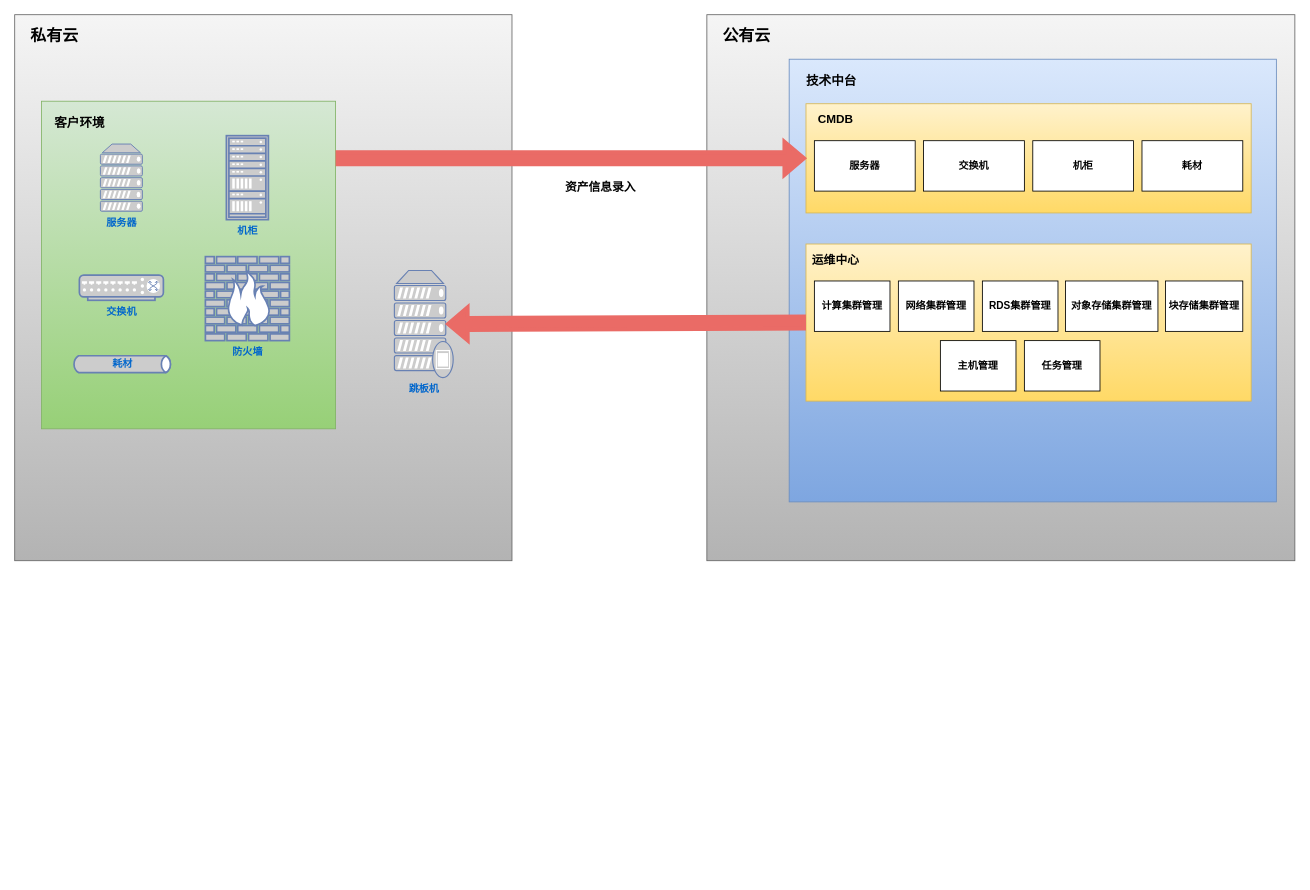
The draw.io diagram 多云纳管.drawio in WilliamWanCN/WilliamWanCN.github.io, before the edit. Source tidied: cells renumbered, new cells numbered last; positions are measured from the earlier drawing's top-left corner, leaving out a move shared by most shapes. Both pictures are drawn from the tidied source at 84%, with x=0, y=0 at pixel (14, 14).
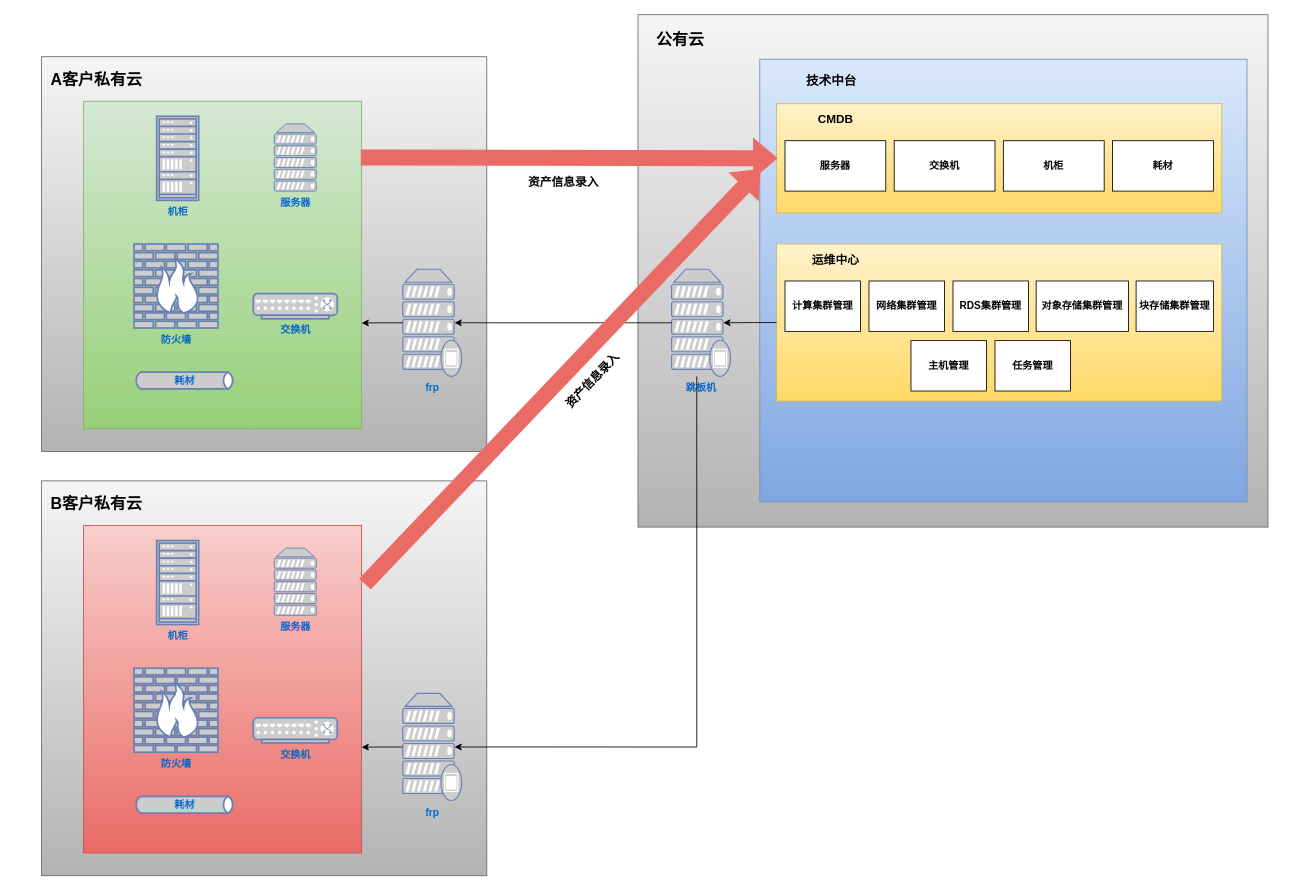
The same page after the edit.

Commit message:
更新多云纳管.drawio

Change to the diagram source:
```diff
@@
     <mxCell id="2" style="rounded=0;whiteSpace=wrap;html=1;fillColor=#f5f5f5;strokeColor=#666666;gradientColor=#b3b3b3;" parent="1" vertex="1">
-      <mxGeometry width="592" height="650" as="geometry" />
+      <mxGeometry x="32" y="50" width="530" height="470" as="geometry" />
     </mxCell>
-    <mxCell id="3" value="&lt;font size=&quot;1&quot; style=&quot;&quot;&gt;&lt;b style=&quot;font-size: 19px;&quot;&gt;私有云&lt;/b&gt;&lt;/font&gt;" style="text;html=1;align=center;verticalAlign=middle;strokeColor=none;fillColor=none;" parent="1" vertex="1">
-      <mxGeometry x="7" y="6" width="80" height="40" as="geometry" />
+    <mxCell id="3" value="&lt;font size=&quot;1&quot; style=&quot;&quot;&gt;&lt;b style=&quot;font-size: 19px;&quot;&gt;A客户私有云&lt;/b&gt;&lt;/font&gt;" style="text;html=1;align=center;verticalAlign=middle;strokeColor=none;fillColor=none;" parent="1" vertex="1">
+      <mxGeometry x="32" y="58" width="130" height="40" as="geometry" />
     </mxCell>
     <mxCell id="4" style="rounded=0;whiteSpace=wrap;html=1;fillColor=#f5f5f5;strokeColor=#666666;gradientColor=#b3b3b3;" parent="1" vertex="1">
-      <mxGeometry x="824" width="700" height="650" as="geometry" />
+      <mxGeometry x="742" width="750" height="610" as="geometry" />
     </mxCell>
     <mxCell id="5" style="rounded=0;whiteSpace=wrap;html=1;fillColor=#d5e8d4;strokeColor=#82b366;gradientColor=#97d077;" parent="1" vertex="1">
-      <mxGeometry x="32" y="103" width="350" height="390" as="geometry" />
+      <mxGeometry x="82" y="103" width="331" height="390" as="geometry" />
     </mxCell>
     <mxCell id="6" value="&lt;b&gt;服务器&lt;/b&gt;" style="fontColor=#0066CC;verticalAlign=top;verticalLabelPosition=bottom;labelPosition=center;align=center;html=1;fillColor=#CCCCCC;strokeColor=#6881B3;gradientColor=none;gradientDirection=north;strokeWidth=2;shape=mxgraph.networks.server;" parent="1" vertex="1">
-      <mxGeometry x="102" y="154" width="50" height="80" as="geometry" />
+      <mxGeometry x="309" y="130" width="50" height="80" as="geometry" />
     </mxCell>
     <mxCell id="7" value="&lt;b&gt;交换机&lt;/b&gt;" style="fontColor=#0066CC;verticalAlign=top;verticalLabelPosition=bottom;labelPosition=center;align=center;html=1;fillColor=#CCCCCC;strokeColor=#6881B3;gradientColor=none;gradientDirection=north;strokeWidth=2;shape=mxgraph.networks.switch;" parent="1" vertex="1">
-      <mxGeometry x="77" y="310" width="100" height="30" as="geometry" />
+      <mxGeometry x="284" y="332" width="100" height="30" as="geometry" />
     </mxCell>
     <mxCell id="8" value="&lt;b&gt;机柜&lt;/b&gt;" style="fontColor=#0066CC;verticalAlign=top;verticalLabelPosition=bottom;labelPosition=center;align=center;html=1;fillColor=#CCCCCC;strokeColor=#6881B3;gradientColor=none;gradientDirection=north;strokeWidth=2;shape=mxgraph.networks.rack;" parent="1" vertex="1">
-      <mxGeometry x="252" y="144" width="50" height="100" as="geometry" />
+      <mxGeometry x="169" y="121" width="50" height="100" as="geometry" />
     </mxCell>
     <mxCell id="9" value="&lt;b&gt;防火墙&lt;/b&gt;" style="fontColor=#0066CC;verticalAlign=top;verticalLabelPosition=bottom;labelPosition=center;align=center;html=1;fillColor=#CCCCCC;strokeColor=#6881B3;gradientColor=none;gradientDirection=north;strokeWidth=2;shape=mxgraph.networks.firewall;" parent="1" vertex="1">
-      <mxGeometry x="227" y="288" width="100" height="100" as="geometry" />
+      <mxGeometry x="142" y="273" width="100" height="100" as="geometry" />
     </mxCell>
     <mxCell id="10" value="&lt;b&gt;&lt;font color=&quot;#0066cc&quot;&gt;耗材&lt;/font&gt;&lt;/b&gt;" style="html=1;fillColor=#CCCCCC;strokeColor=#6881B3;gradientColor=none;gradientDirection=north;strokeWidth=2;shape=mxgraph.networks.bus;gradientColor=none;gradientDirection=north;fontColor=#ffffff;perimeter=backbonePerimeter;backboneSize=20;" parent="1" vertex="1">
-      <mxGeometry x="68" y="411" width="120" height="10" as="geometry" />
+      <mxGeometry x="142" y="430.5" width="120" height="10" as="geometry" />
     </mxCell>
     <mxCell id="11" style="rounded=0;whiteSpace=wrap;html=1;fillColor=#dae8fc;strokeColor=#6c8ebf;gradientColor=#7ea6e0;" parent="1" vertex="1">
-      <mxGeometry x="922" y="53" width="580" height="527" as="geometry" />
+      <mxGeometry x="887" y="53" width="580" height="527" as="geometry" />
     </mxCell>
     <mxCell id="12" style="rounded=0;whiteSpace=wrap;html=1;fillColor=#fff2cc;gradientColor=#ffd966;strokeColor=#d6b656;" parent="1" vertex="1">
-      <mxGeometry x="942" y="106" width="530" height="130" as="geometry" />
+      <mxGeometry x="907" y="106" width="530" height="130" as="geometry" />
     </mxCell>
     <mxCell id="13" value="&lt;b&gt;服务器&lt;/b&gt;" style="rounded=0;whiteSpace=wrap;html=1;" parent="1" vertex="1">
-      <mxGeometry x="952" y="150" width="120" height="60" as="geometry" />
+      <mxGeometry x="917" y="150" width="120" height="60" as="geometry" />
     </mxCell>
     <mxCell id="14" value="&lt;b&gt;交换机&lt;/b&gt;" style="rounded=0;whiteSpace=wrap;html=1;" parent="1" vertex="1">
-      <mxGeometry x="1082" y="150" width="120" height="60" as="geometry" />
+      <mxGeometry x="1047" y="150" width="120" height="60" as="geometry" />
     </mxCell>
     <mxCell id="15" value="&lt;b&gt;机柜&lt;/b&gt;" style="rounded=0;whiteSpace=wrap;html=1;" parent="1" vertex="1">
-      <mxGeometry x="1212" y="150" width="120" height="60" as="geometry" />
+      <mxGeometry x="1177" y="150" width="120" height="60" as="geometry" />
     </mxCell>
     <mxCell id="16" value="&lt;b&gt;耗材&lt;/b&gt;" style="rounded=0;whiteSpace=wrap;html=1;" parent="1" vertex="1">
-      <mxGeometry x="1342" y="150" width="120" height="60" as="geometry" />
+      <mxGeometry x="1307" y="150" width="120" height="60" as="geometry" />
     </mxCell>
@@
-    <mxCell id="19" value="&lt;b&gt;&lt;font style=&quot;font-size: 15px;&quot;&gt;客户环境&lt;/font&gt;&lt;/b&gt;" style="text;html=1;align=center;verticalAlign=middle;strokeColor=none;fillColor=none;" parent="1" vertex="1">
-      <mxGeometry x="37" y="113" width="80" height="30" as="geometry" />
-    </mxCell>
     <mxCell id="20" value="&lt;font size=&quot;1&quot; style=&quot;&quot;&gt;&lt;b style=&quot;font-size: 19px;&quot;&gt;公有云&lt;/b&gt;&lt;/font&gt;" style="text;html=1;align=center;verticalAlign=middle;strokeColor=none;fillColor=none;" parent="1" vertex="1">
-      <mxGeometry x="831" y="6" width="80" height="40" as="geometry" />
+      <mxGeometry x="752" y="10" width="80" height="40" as="geometry" />
     </mxCell>
     <mxCell id="21" value="&lt;b&gt;跳板机&lt;/b&gt;" style="fontColor=#0066CC;verticalAlign=top;verticalLabelPosition=bottom;labelPosition=center;align=center;html=1;outlineConnect=0;fillColor=#CCCCCC;strokeColor=#6881B3;gradientColor=none;gradientDirection=north;strokeWidth=2;shape=mxgraph.networks.proxy_server;" parent="1" vertex="1">
-      <mxGeometry x="452" y="304.5" width="70" height="127.5" as="geometry" />
+      <mxGeometry x="782" y="303" width="70" height="127.5" as="geometry" />
     </mxCell>
     <mxCell id="22" style="rounded=0;whiteSpace=wrap;html=1;fillColor=#fff2cc;gradientColor=#ffd966;strokeColor=#d6b656;" parent="1" vertex="1">
-      <mxGeometry x="942" y="273" width="530" height="187" as="geometry" />
+      <mxGeometry x="907" y="273" width="530" height="187" as="geometry" />
     </mxCell>
     <mxCell id="23" value="&lt;b&gt;计算集群管理&lt;/b&gt;" style="rounded=0;whiteSpace=wrap;html=1;" parent="1" vertex="1">
-      <mxGeometry x="952" y="317" width="90" height="60" as="geometry" />
+      <mxGeometry x="917" y="317" width="90" height="60" as="geometry" />
     </mxCell>
     <mxCell id="24" value="&lt;b&gt;网络集群管理&lt;/b&gt;" style="rounded=0;whiteSpace=wrap;html=1;" parent="1" vertex="1">
-      <mxGeometry x="1052" y="317" width="90" height="60" as="geometry" />
+      <mxGeometry x="1017" y="317" width="90" height="60" as="geometry" />
     </mxCell>
     <mxCell id="25" value="&lt;b&gt;RDS集群管理&lt;/b&gt;" style="rounded=0;whiteSpace=wrap;html=1;" parent="1" vertex="1">
-      <mxGeometry x="1152" y="317" width="90" height="60" as="geometry" />
+      <mxGeometry x="1117" y="317" width="90" height="60" as="geometry" />
     </mxCell>
     <mxCell id="26" value="&lt;b&gt;对象存储集群管理&lt;/b&gt;" style="rounded=0;whiteSpace=wrap;html=1;" parent="1" vertex="1">
-      <mxGeometry x="1251" y="317" width="110" height="60" as="geometry" />
+      <mxGeometry x="1216" y="317" width="110" height="60" as="geometry" />
     </mxCell>
@@
     <mxCell id="28" value="&lt;b&gt;块存储集群管理&lt;/b&gt;" style="rounded=0;whiteSpace=wrap;html=1;" parent="1" vertex="1">
-      <mxGeometry x="1370" y="317" width="92" height="60" as="geometry" />
+      <mxGeometry x="1335" y="317" width="92" height="60" as="geometry" />
     </mxCell>
     <mxCell id="29" value="&lt;b&gt;主机管理&lt;/b&gt;" style="rounded=0;whiteSpace=wrap;html=1;" parent="1" vertex="1">
-      <mxGeometry x="1102" y="388" width="90" height="60" as="geometry" />
+      <mxGeometry x="1067" y="388" width="90" height="60" as="geometry" />
     </mxCell>
     <mxCell id="30" value="&lt;b&gt;任务管理&lt;/b&gt;" style="rounded=0;whiteSpace=wrap;html=1;" parent="1" vertex="1">
-      <mxGeometry x="1202" y="388" width="90" height="60" as="geometry" />
+      <mxGeometry x="1167" y="388" width="90" height="60" as="geometry" />
     </mxCell>
     <mxCell id="31" style="shape=flexArrow;endArrow=classic;html=1;rounded=0;entryX=0;entryY=0.5;entryDx=0;entryDy=0;fillColor=#EA6B66;gradientColor=none;strokeColor=#EA6B66;strokeWidth=5;" parent="1" edge="1" target="12">
       <mxGeometry relative="1" as="geometry">
-        <mxPoint x="382" y="171" as="sourcePoint" />
+        <mxPoint x="412" y="170" as="sourcePoint" />
       </mxGeometry>
     </mxCell>
     <mxCell id="32" value="&lt;b style=&quot;&quot;&gt;&lt;font style=&quot;font-size: 14px;&quot;&gt;资产信息录入&lt;/font&gt;&lt;/b&gt;" style="text;html=1;align=center;verticalAlign=middle;strokeColor=none;fillColor=none;" parent="1" vertex="1">
-      <mxGeometry x="642" y="190" width="110" height="30" as="geometry" />
+      <mxGeometry x="598" y="184" width="110" height="30" as="geometry" />
     </mxCell>
+    <mxCell id="34" value="&lt;b&gt;frp&lt;/b&gt;" style="fontColor=#0066CC;verticalAlign=top;verticalLabelPosition=bottom;labelPosition=center;align=center;html=1;outlineConnect=0;fillColor=#CCCCCC;strokeColor=#6881B3;gradientColor=none;gradientDirection=north;strokeWidth=2;shape=mxgraph.networks.proxy_server;" parent="1" vertex="1">
+      <mxGeometry x="462" y="303" width="70" height="127.5" as="geometry" />
+    </mxCell>
+    <mxCell id="35" style="edgeStyle=orthogonalEdgeStyle;rounded=0;jettySize=auto;html=1;entryX=0.88;entryY=0.5;entryDx=0;entryDy=0;entryPerimeter=0;" parent="1" edge="1" source="21" target="34">
+      <mxGeometry relative="1" as="geometry" />
+    </mxCell>
-    <mxCell id="33" style="shape=flexArrow;endArrow=classic;html=1;rounded=0;entryX=0.88;entryY=0.5;entryDx=0;entryDy=0;fillColor=#EA6B66;gradientColor=none;strokeColor=#EA6B66;strokeWidth=5;exitX=0;exitY=0.5;exitDx=0;exitDy=0;entryPerimeter=0;" parent="1" edge="1" source="22" target="21">
+    <mxCell id="33" style="edgeStyle=orthogonalEdgeStyle;rounded=0;jettySize=auto;html=1;entryX=0.88;entryY=0.5;entryDx=0;entryDy=0;entryPerimeter=0;" parent="1" edge="1" source="22" target="21">
       <mxGeometry relative="1" as="geometry" />
     </mxCell>
+    <mxCell id="36" style="edgeStyle=orthogonalEdgeStyle;rounded=0;jettySize=auto;html=1;entryX=1;entryY=0.677;entryDx=0;entryDy=0;entryPerimeter=0;" parent="1" edge="1" source="34" target="5">
+      <mxGeometry relative="1" as="geometry" />
+    </mxCell>
+    <mxCell id="37" style="rounded=0;whiteSpace=wrap;html=1;fillColor=#f5f5f5;strokeColor=#666666;gradientColor=#b3b3b3;" parent="1" vertex="1">
+      <mxGeometry x="32" y="555" width="530" height="470" as="geometry" />
+    </mxCell>
+    <mxCell id="38" value="&lt;font size=&quot;1&quot; style=&quot;&quot;&gt;&lt;b style=&quot;font-size: 19px;&quot;&gt;B客户私有云&lt;/b&gt;&lt;/font&gt;" style="text;html=1;align=center;verticalAlign=middle;strokeColor=none;fillColor=none;" parent="1" vertex="1">
+      <mxGeometry x="32" y="563" width="130" height="40" as="geometry" />
+    </mxCell>
+    <mxCell id="39" style="rounded=0;whiteSpace=wrap;html=1;fillColor=#f8cecc;strokeColor=#b85450;gradientColor=#ea6b66;" parent="1" vertex="1">
+      <mxGeometry x="82" y="608" width="331" height="390" as="geometry" />
+    </mxCell>
+    <mxCell id="40" value="&lt;b&gt;服务器&lt;/b&gt;" style="fontColor=#0066CC;verticalAlign=top;verticalLabelPosition=bottom;labelPosition=center;align=center;html=1;fillColor=#CCCCCC;strokeColor=#6881B3;gradientColor=none;gradientDirection=north;strokeWidth=2;shape=mxgraph.networks.server;" parent="1" vertex="1">
+      <mxGeometry x="309" y="635" width="50" height="80" as="geometry" />
+    </mxCell>
+    <mxCell id="41" value="&lt;b&gt;交换机&lt;/b&gt;" style="fontColor=#0066CC;verticalAlign=top;verticalLabelPosition=bottom;labelPosition=center;align=center;html=1;fillColor=#CCCCCC;strokeColor=#6881B3;gradientColor=none;gradientDirection=north;strokeWidth=2;shape=mxgraph.networks.switch;" parent="1" vertex="1">
+      <mxGeometry x="284" y="837" width="100" height="30" as="geometry" />
+    </mxCell>
+    <mxCell id="42" value="&lt;b&gt;机柜&lt;/b&gt;" style="fontColor=#0066CC;verticalAlign=top;verticalLabelPosition=bottom;labelPosition=center;align=center;html=1;fillColor=#CCCCCC;strokeColor=#6881B3;gradientColor=none;gradientDirection=north;strokeWidth=2;shape=mxgraph.networks.rack;" parent="1" vertex="1">
+      <mxGeometry x="169" y="626" width="50" height="100" as="geometry" />
+    </mxCell>
+    <mxCell id="43" value="&lt;b&gt;防火墙&lt;/b&gt;" style="fontColor=#0066CC;verticalAlign=top;verticalLabelPosition=bottom;labelPosition=center;align=center;html=1;fillColor=#CCCCCC;strokeColor=#6881B3;gradientColor=none;gradientDirection=north;strokeWidth=2;shape=mxgraph.networks.firewall;" parent="1" vertex="1">
+      <mxGeometry x="142" y="778" width="100" height="100" as="geometry" />
+    </mxCell>
+    <mxCell id="44" value="&lt;b&gt;&lt;font color=&quot;#0066cc&quot;&gt;耗材&lt;/font&gt;&lt;/b&gt;" style="html=1;fillColor=#CCCCCC;strokeColor=#6881B3;gradientColor=none;gradientDirection=north;strokeWidth=2;shape=mxgraph.networks.bus;gradientColor=none;gradientDirection=north;fontColor=#ffffff;perimeter=backbonePerimeter;backboneSize=20;" parent="1" vertex="1">
+      <mxGeometry x="142" y="935.5" width="120" height="10" as="geometry" />
+    </mxCell>
+    <mxCell id="45" value="&lt;b&gt;frp&lt;/b&gt;" style="fontColor=#0066CC;verticalAlign=top;verticalLabelPosition=bottom;labelPosition=center;align=center;html=1;outlineConnect=0;fillColor=#CCCCCC;strokeColor=#6881B3;gradientColor=none;gradientDirection=north;strokeWidth=2;shape=mxgraph.networks.proxy_server;" parent="1" vertex="1">
+      <mxGeometry x="462" y="808" width="70" height="127.5" as="geometry" />
+    </mxCell>
+    <mxCell id="46" style="edgeStyle=orthogonalEdgeStyle;rounded=0;jettySize=auto;html=1;entryX=1;entryY=0.677;entryDx=0;entryDy=0;entryPerimeter=0;" parent="1" edge="1" source="45" target="39">
+      <mxGeometry relative="1" as="geometry" />
+    </mxCell>
+    <mxCell id="47" style="shape=flexArrow;endArrow=classic;html=1;rounded=0;entryX=0;entryY=0.25;entryDx=0;entryDy=0;exitX=1.012;exitY=0.179;exitDx=0;exitDy=0;exitPerimeter=0;strokeWidth=5;fillColor=#EA6B66;strokeColor=#EA6B66;" parent="1" edge="1" source="39" target="11">
+      <mxGeometry relative="1" as="geometry" />
+    </mxCell>
+    <mxCell id="48" value="&lt;b style=&quot;&quot;&gt;&lt;font style=&quot;font-size: 14px;&quot;&gt;资产信息录入&lt;/font&gt;&lt;/b&gt;" style="text;html=1;align=center;verticalAlign=middle;strokeColor=none;fillColor=none;rotation=-46;" parent="1" vertex="1">
+      <mxGeometry x="632" y="420.5" width="110" height="30" as="geometry" />
+    </mxCell>
+    <mxCell id="49" style="edgeStyle=orthogonalEdgeStyle;rounded=0;jettySize=auto;html=1;entryX=0.88;entryY=0.5;entryDx=0;entryDy=0;entryPerimeter=0;" parent="1" edge="1" source="21" target="45">
+      <mxGeometry relative="1" as="geometry">
+        <Array as="points">
+          <mxPoint x="812" y="872" />
+        </Array>
+      </mxGeometry>
+    </mxCell>
```
